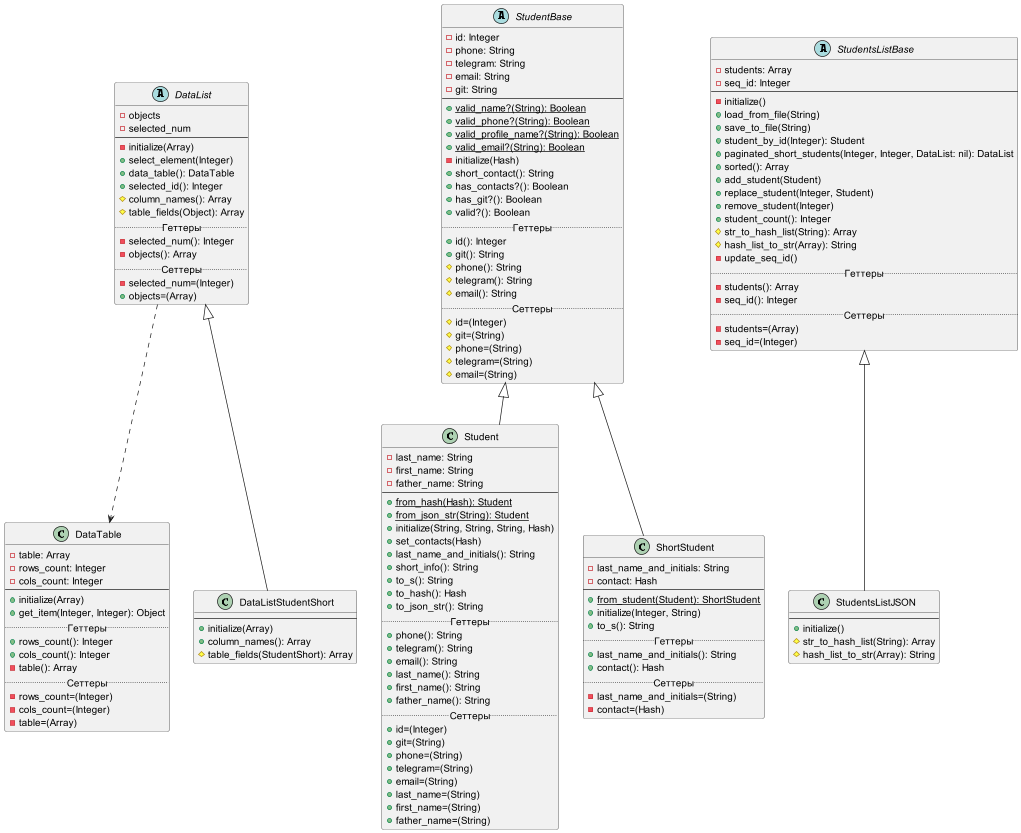
Before: Diagrams/lab2.png, a diagram exported from PlantUML (r1411/PatternsLabs).
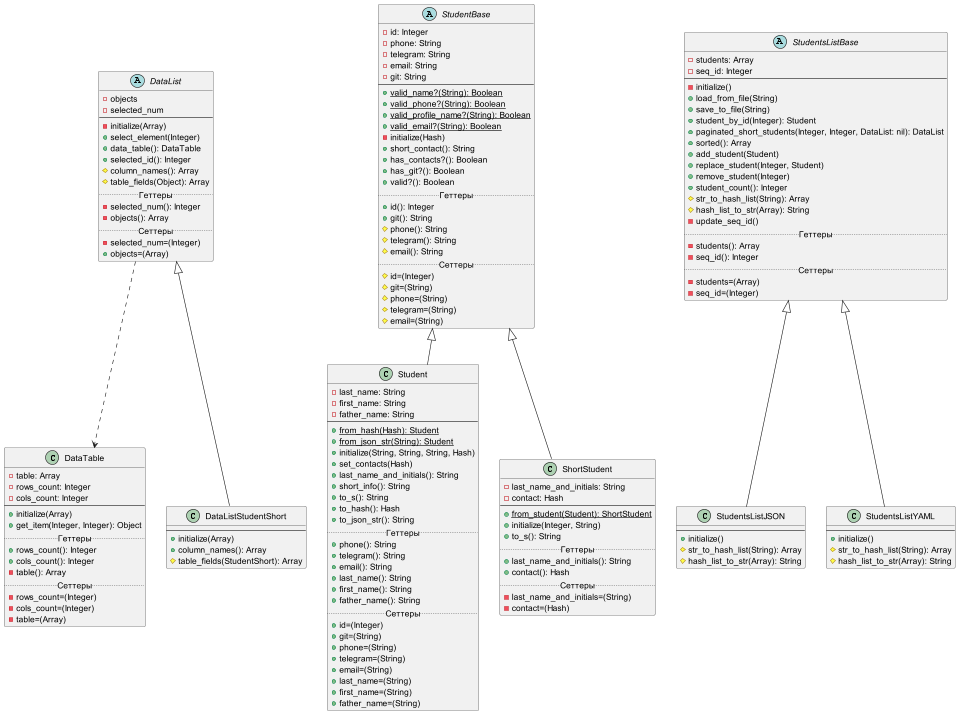
The same diagram one commit later.

Commit message:
Класс StudentsListYAML (Лаб 2, Задание 4.3)

The edit, as a diff of the source:
```diff
@@ -153,4 +153,11 @@
     #hash_list_to_str(Array): String
 }
 
+class StudentsListYAML extends StudentsListBase {
+    --
+    +initialize()
+    #str_to_hash_list(String): Array
+    #hash_list_to_str(Array): String
+}
+
 @enduml
```
